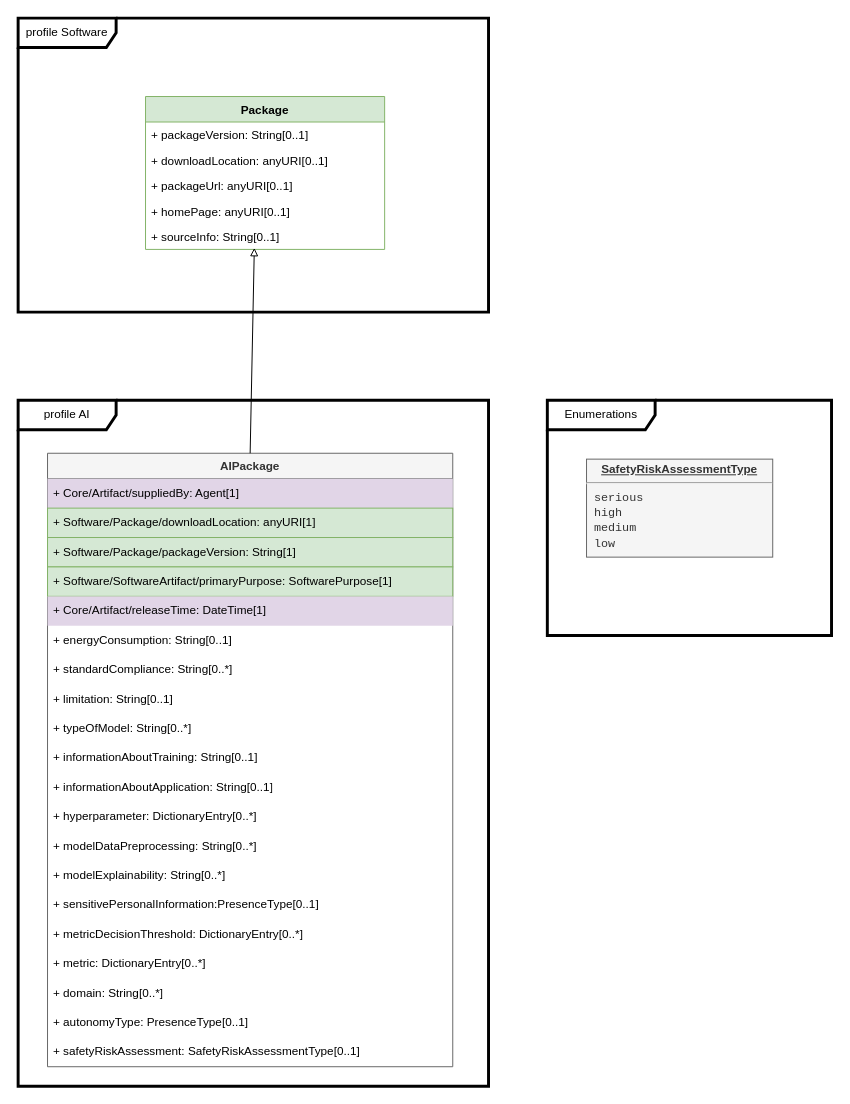
This is page "AI" (5 of 7) of model.drawio from spdx/spdx-3-model, a draw.io file, before an edit. Source tidied: cells renumbered, new cells numbered last; positions are measured from the earlier drawing's top-left corner, leaving out a move shared by most shapes. Both pictures are drawn from the tidied source at 98%, with x=0, y=0 at pixel (18, 18).
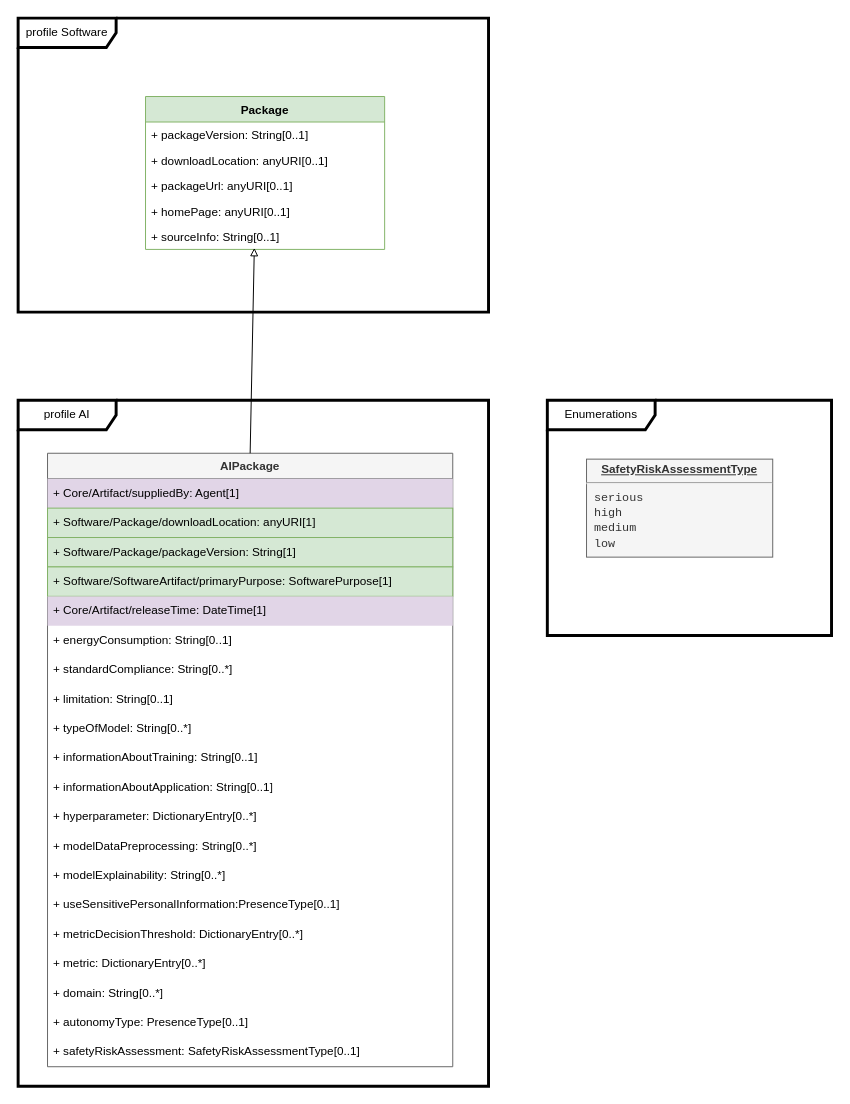
The same page after the edit.

The change refers to these unchanged cells:
```xml
<mxCell id="10" value="AIPackage" style="swimlane;fontStyle=1;horizontal=1;startSize=26;fillColor=#f5f5f5;strokeColor=#666666;fontColor=#333333;" parent="1" vertex="1">
  <mxGeometry x="30" y="444" width="413.5" height="626" as="geometry" />
</mxCell>
```

What changed in the source:
```diff
@@
-    <mxCell id="25" value="+ sensitivePersonalInformation:PresenceType[0..1]" style="text;strokeColor=none;fillColor=none;align=left;verticalAlign=middle;spacingLeft=4;spacingRight=4;overflow=hidden;whiteSpace=wrap;html=1;" parent="10" vertex="1">
+    <mxCell id="25" value="+ useSensitivePersonalInformation:PresenceType[0..1]" style="text;strokeColor=none;fillColor=none;align=left;verticalAlign=middle;spacingLeft=4;spacingRight=4;overflow=hidden;whiteSpace=wrap;html=1;" parent="10" vertex="1">
       <mxGeometry y="446" width="413.5" height="30" as="geometry" />
     </mxCell>
```
